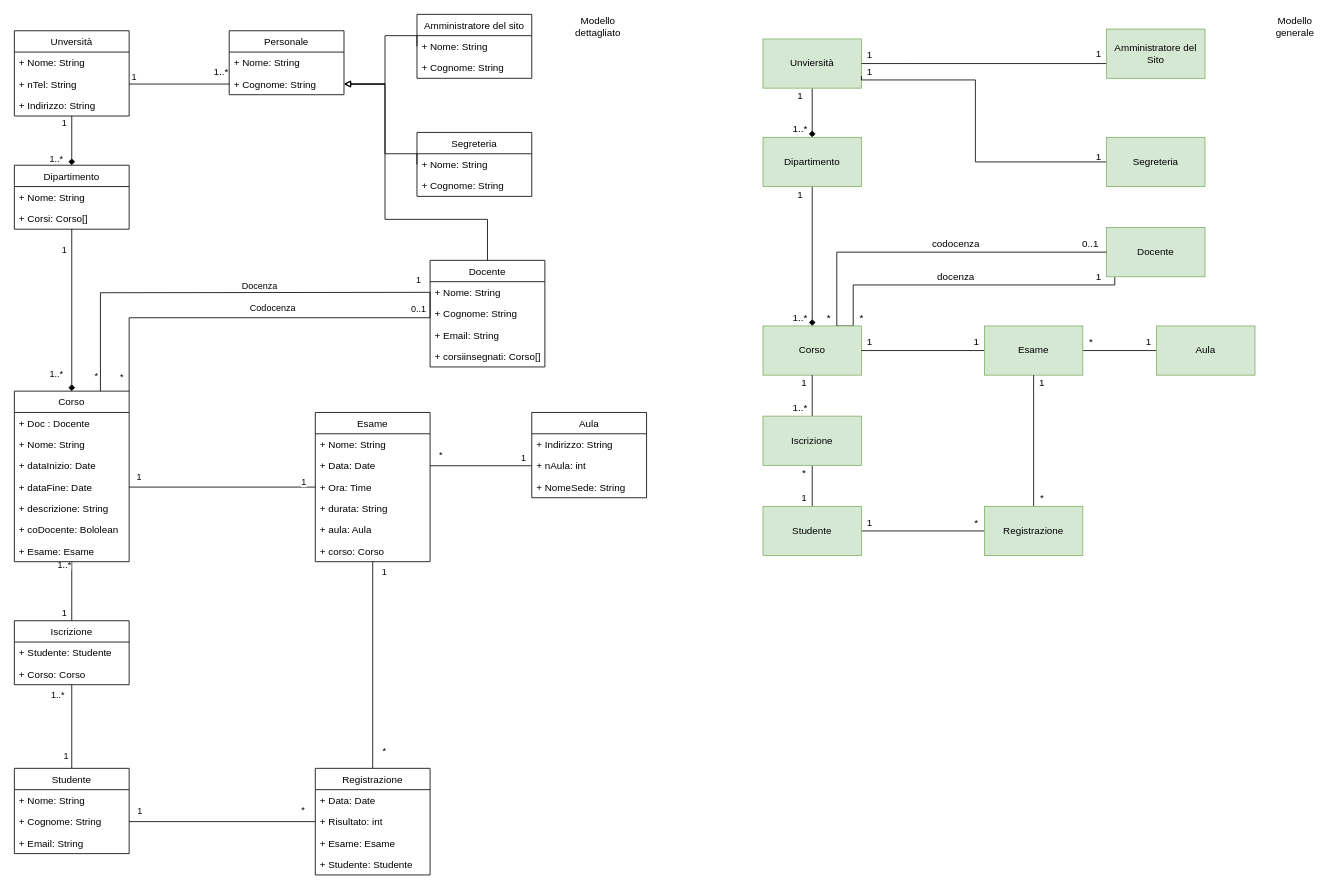
This is Modelli/Diagramma di Dominio.drawio from brullomattia/Documentazione, a draw.io file, before an edit. Source tidied: cells renumbered, new cells numbered last; positions are measured from the earlier drawing's top-left corner, leaving out a move shared by most shapes. Both pictures are drawn from the tidied source at 82%, with x=0, y=0 at pixel (14, 14).
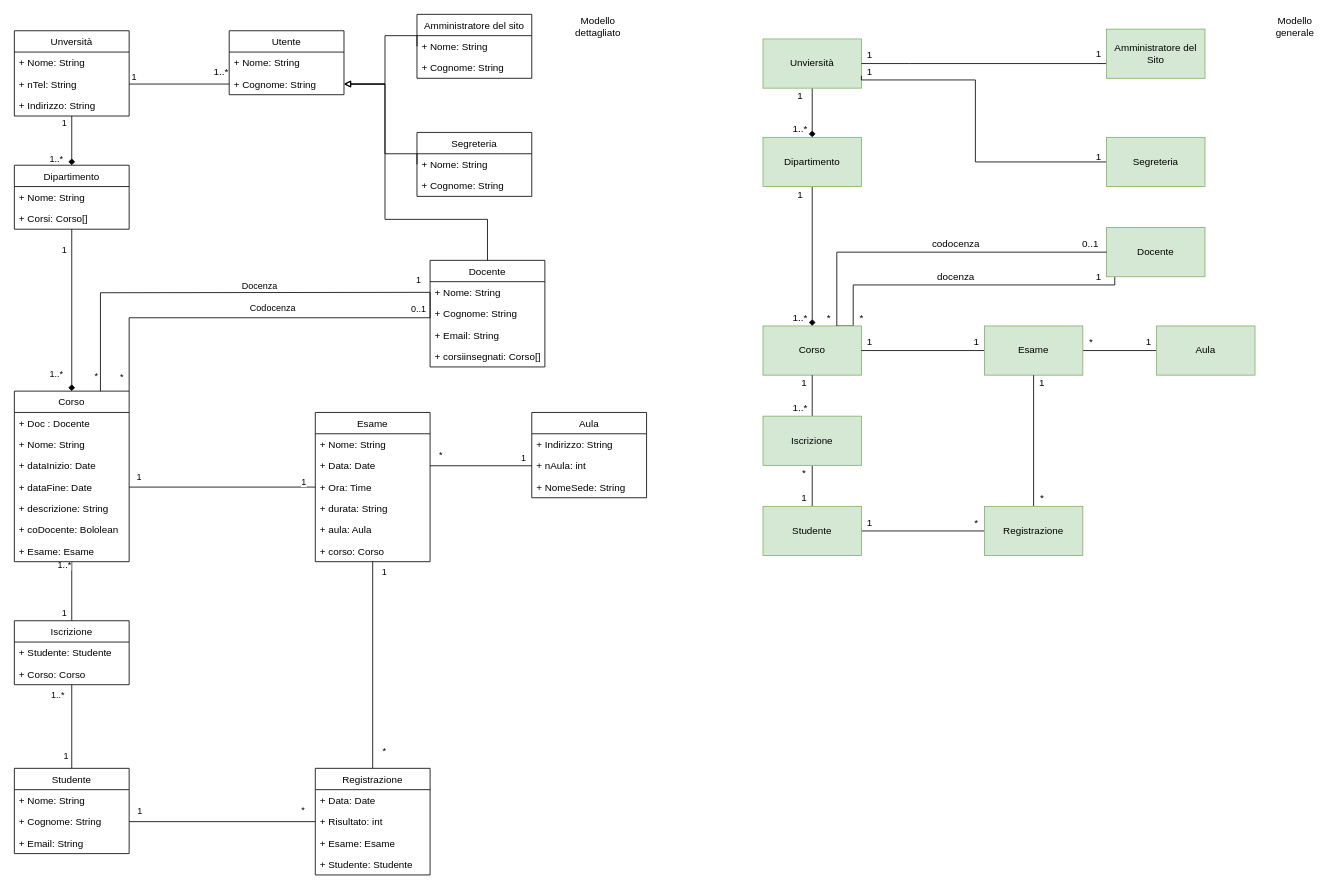
The same page after the edit.

Diff of the diagram source:
```diff
@@
-    <mxCell id="135" value="Personale" style="swimlane;fontStyle=0;horizontal=1;startSize=26;fillColor=none;" parent="1" vertex="1">
+    <mxCell id="135" value="Utente" style="swimlane;fontStyle=0;horizontal=1;startSize=26;fillColor=none;" parent="1" vertex="1">
       <mxGeometry x="262" y="20" width="140" height="78" as="geometry" />
     </mxCell>
```
